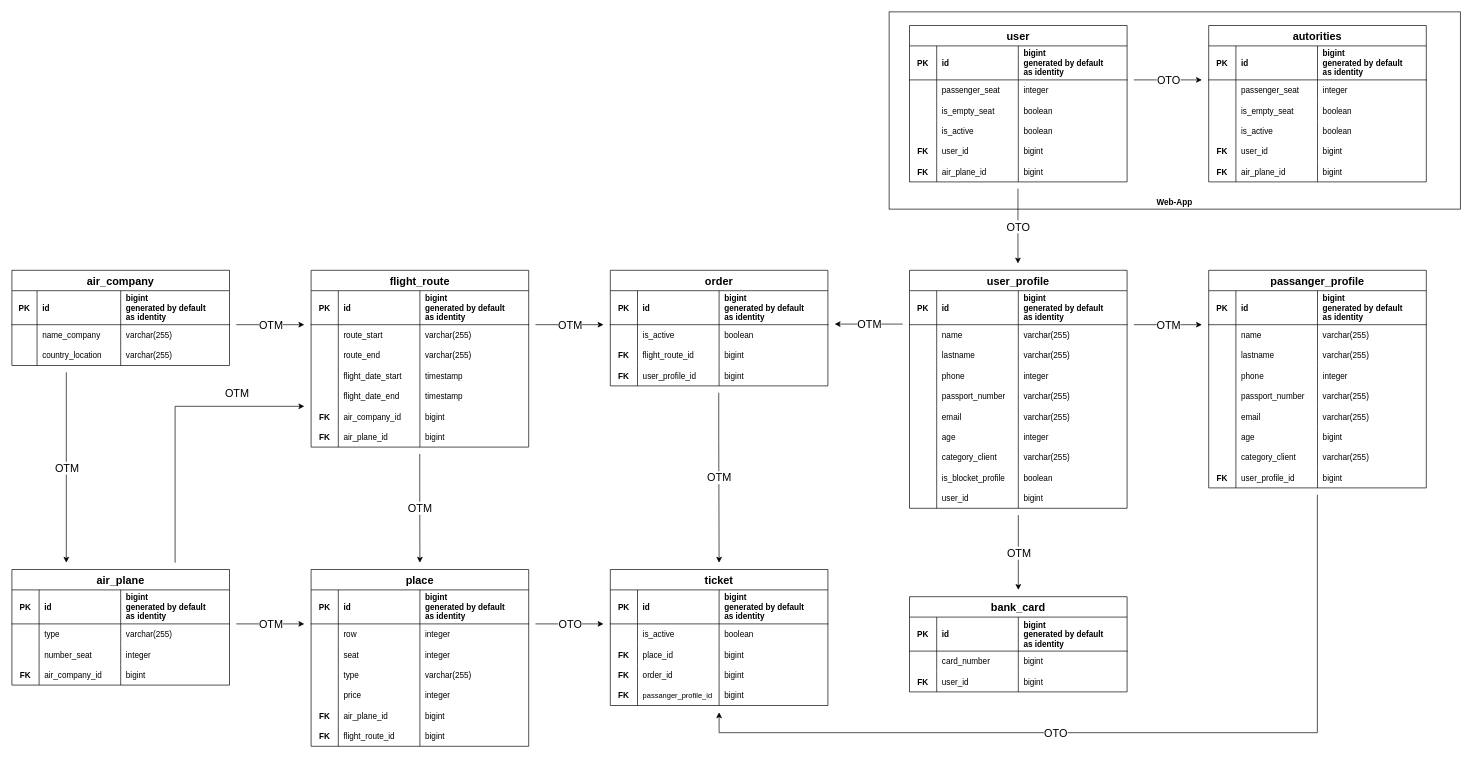
anomalmishka/myProject keeps this draw.io diagram as Untitled Diagram.drawio. Above is the earlier version. Source tidied: cells renumbered, new cells numbered last; positions are measured from the earlier drawing's top-left corner, leaving out a move shared by most shapes. Both pictures are drawn from the tidied source at 68%, with x=0, y=0 at pixel (12, 12).
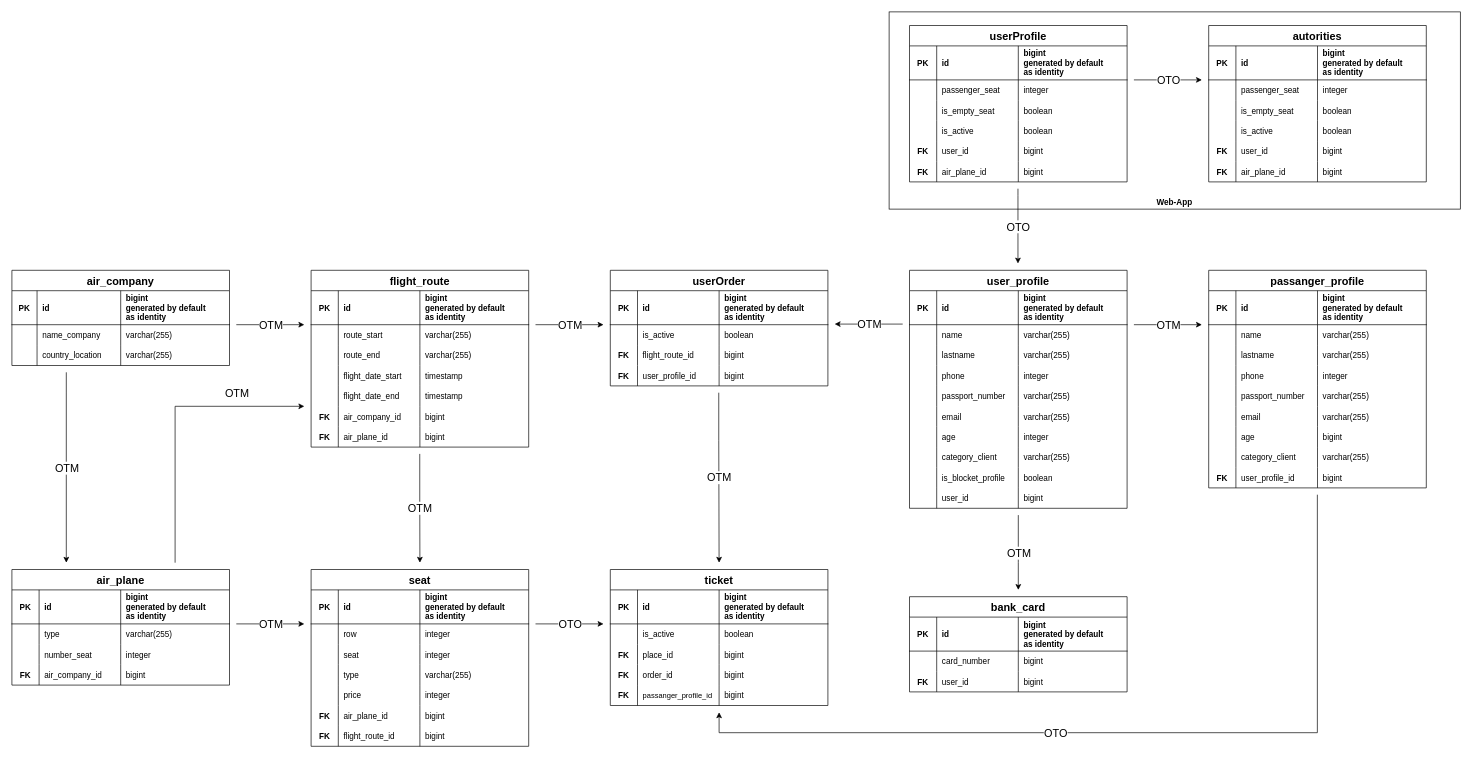
Above is the later version.

Diff of the diagram source:
```diff
@@
-    <mxCell id="139" value="order" style="shape=table;startSize=30;childLayout=tableLayout;rowLines=0;fontStyle=1;align=center;fontSize=16;spacing=2;" parent="1" vertex="1">
+    <mxCell id="139" value="userOrder" style="shape=table;startSize=30;childLayout=tableLayout;rowLines=0;fontStyle=1;align=center;fontSize=16;spacing=2;" parent="1" vertex="1">
       <mxGeometry x="880" y="380" width="320" height="170" as="geometry" />
     </mxCell>
@@
-    <mxCell id="193" value="user" style="shape=table;startSize=30;childLayout=tableLayout;rowLines=0;fontStyle=1;align=center;fontSize=16;spacing=2;" parent="1" vertex="1">
+    <mxCell id="193" value="userProfile" style="shape=table;startSize=30;childLayout=tableLayout;rowLines=0;fontStyle=1;align=center;fontSize=16;spacing=2;" parent="1" vertex="1">
       <mxGeometry x="1320" y="20" width="320" height="230" as="geometry" />
     </mxCell>
@@
-    <mxCell id="259" value="place" style="shape=table;startSize=30;childLayout=tableLayout;rowLines=0;fontStyle=1;align=center;fontSize=16;spacing=2;" parent="1" vertex="1">
+    <mxCell id="259" value="seat" style="shape=table;startSize=30;childLayout=tableLayout;rowLines=0;fontStyle=1;align=center;fontSize=16;spacing=2;" parent="1" vertex="1">
       <mxGeometry x="440" y="820" width="320" height="260" as="geometry" />
     </mxCell>
```
